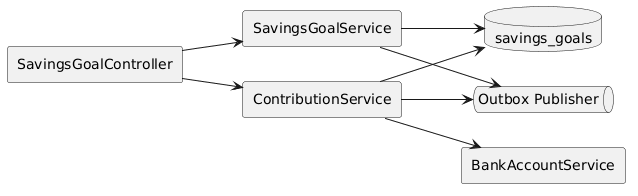
Before: docs/detailed-designs/diagrams/rendered/c4_component_savings.png, a diagram exported from PlantUML (QuinntyneBrown/LendQ). Source of this version:
```plantuml
@startuml
left to right direction
skinparam shadowing false
rectangle "SavingsGoalController" as controller
rectangle "SavingsGoalService" as service
rectangle "ContributionService" as contrib
rectangle "BankAccountService" as bank
queue "Outbox Publisher" as outbox
database "savings_goals" as db

controller --> service
controller --> contrib
contrib --> bank
service --> db
contrib --> db
service --> outbox
contrib --> outbox
@enduml
```
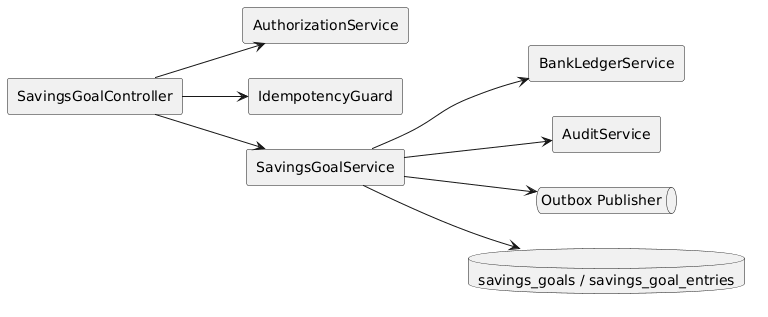
The same diagram one commit later.

Diff of the diagram source:
```diff
@@ -2,17 +2,19 @@
 left to right direction
 skinparam shadowing false
 rectangle "SavingsGoalController" as controller
+rectangle "AuthorizationService" as authz
+rectangle "IdempotencyGuard" as idem
 rectangle "SavingsGoalService" as service
-rectangle "ContributionService" as contrib
-rectangle "BankAccountService" as bank
+rectangle "BankLedgerService" as bank
+rectangle "AuditService" as audit
 queue "Outbox Publisher" as outbox
-database "savings_goals" as db
+database "savings_goals / savings_goal_entries" as db
 
+controller --> authz
+controller --> idem
 controller --> service
-controller --> contrib
-contrib --> bank
+service --> bank
 service --> db
-contrib --> db
+service --> audit
 service --> outbox
-contrib --> outbox
 @enduml
```
